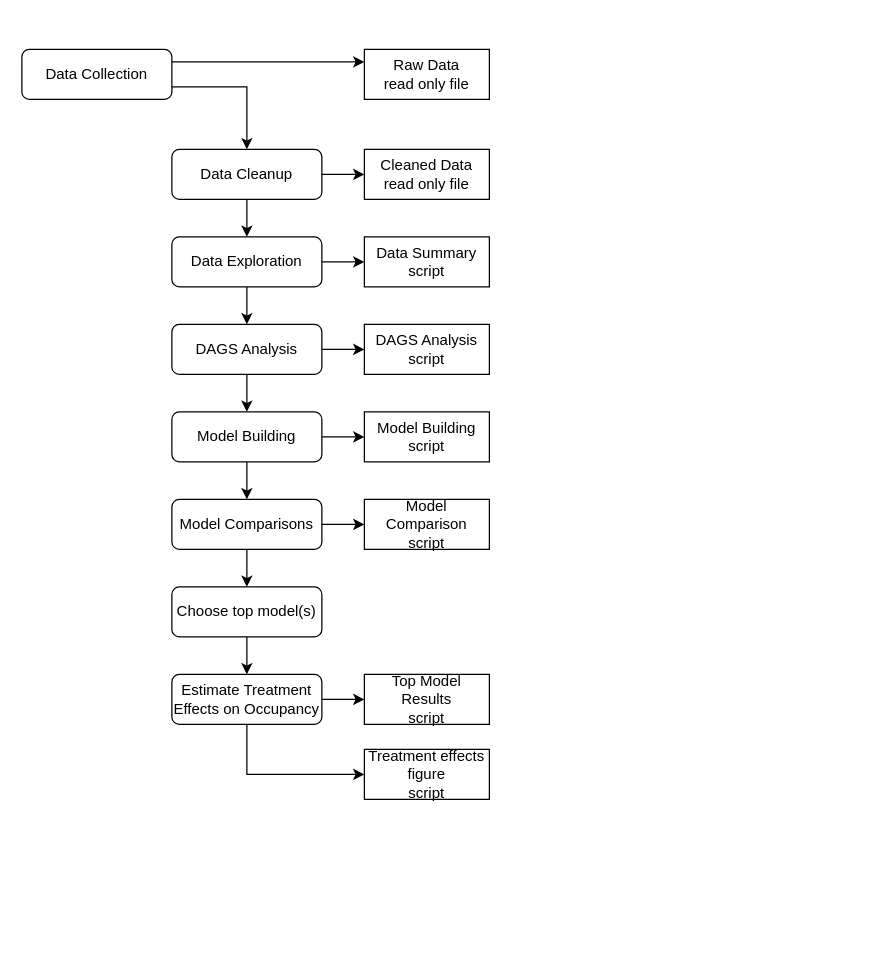
Earlier version of the draw.io diagram Untitled Diagram.drawio (jwilliamson24/AW-OSS). Source tidied: cells renumbered, new cells numbered last; positions are measured from the earlier drawing's top-left corner, leaving out a move shared by most shapes. Both pictures are drawn from the tidied source at 125%, with x=0, y=0 at pixel (21, 49).
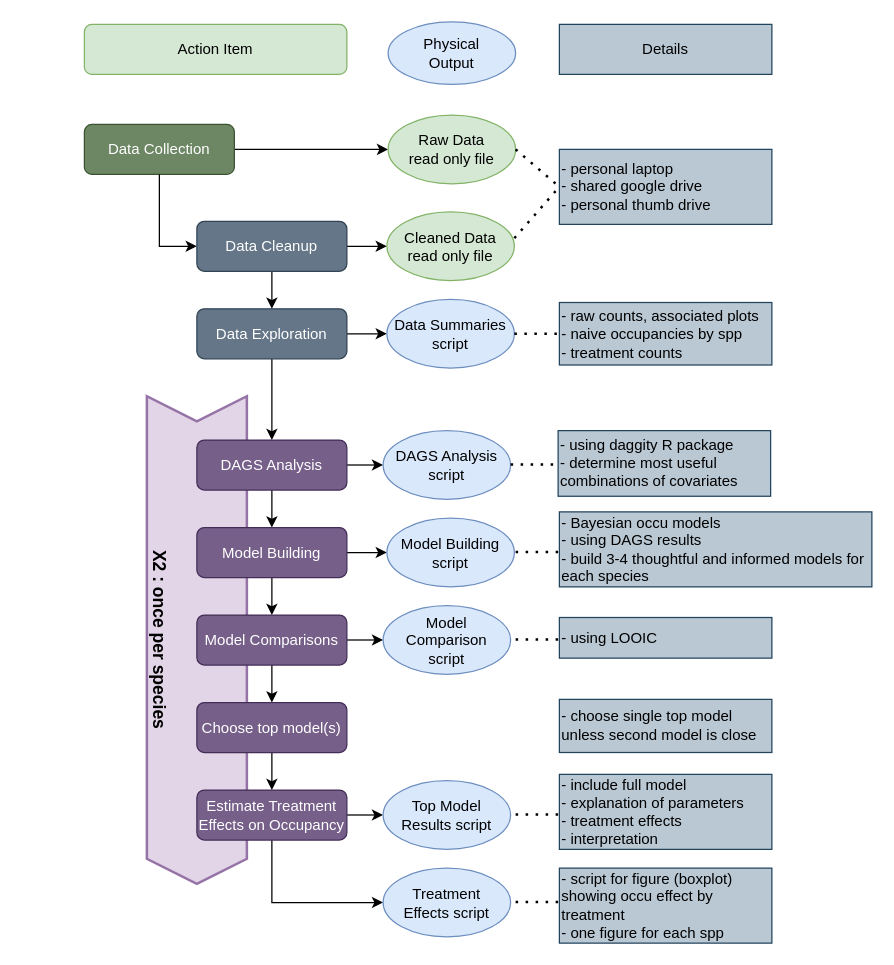
Above is the later version.

The edit, as a diff of the source:
```diff
@@
+    <mxCell id="33" value="&lt;b&gt;&lt;font style=&quot;font-size: 14px;&quot;&gt;X2 : once per species&lt;/font&gt;&lt;/b&gt;" style="shape=step;perimeter=stepPerimeter;whiteSpace=wrap;html=1;fixedSize=1;rotation=90;verticalAlign=bottom;textDirection=rtl;fillColor=#e1d5e7;strokeColor=#9673a6;strokeWidth=2;" parent="1" vertex="1">
+      <mxGeometry x="-55" y="432.5" width="390" height="80" as="geometry" />
+    </mxCell>
-    <mxCell id="2" style="edgeStyle=orthogonalEdgeStyle;rounded=0;jettySize=auto;html=1;exitX=1;exitY=0.25;exitDx=0;exitDy=0;entryX=0;entryY=0.25;entryDx=0;entryDy=0;" parent="1" edge="1" source="3" target="8">
+    <mxCell id="2" style="edgeStyle=orthogonalEdgeStyle;rounded=0;jettySize=auto;html=1;exitX=1;exitY=0.5;exitDx=0;exitDy=0;entryX=0;entryY=0.5;entryDx=0;entryDy=0;" parent="1" edge="1" source="3" target="8">
       <mxGeometry relative="1" as="geometry" />
     </mxCell>
-    <mxCell id="3" value="Data Collection" style="rounded=1;whiteSpace=wrap;html=1;fontSize=12;glass=0;strokeWidth=1;shadow=0;" parent="1" vertex="1">
-      <mxGeometry width="120" height="40" as="geometry" />
+    <mxCell id="3" value="Data Collection" style="rounded=1;whiteSpace=wrap;html=1;fontSize=12;glass=0;strokeWidth=1;shadow=0;fillColor=#6d8764;fontColor=#ffffff;strokeColor=#3A5431;" parent="1" vertex="1">
+      <mxGeometry x="50" y="60" width="120" height="40" as="geometry" />
     </mxCell>
-    <mxCell id="4" value="Cleaned Data&lt;br&gt;read only file" style="rounded=0;whiteSpace=wrap;html=1;" parent="1" vertex="1">
-      <mxGeometry x="274" y="80" width="100" height="40" as="geometry" />
-    </mxCell>
-    <mxCell id="5" style="edgeStyle=orthogonalEdgeStyle;rounded=0;jettySize=auto;html=1;exitX=1;exitY=0.5;exitDx=0;exitDy=0;entryX=0;entryY=0.5;entryDx=0;entryDy=0;" parent="1" edge="1" source="7" target="13">
+    <mxCell id="5" style="edgeStyle=orthogonalEdgeStyle;rounded=0;jettySize=auto;html=1;exitX=1;exitY=0.5;exitDx=0;exitDy=0;entryX=0;entryY=0.5;entryDx=0;entryDy=0;" parent="1" edge="1" source="7" target="35">
       <mxGeometry relative="1" as="geometry" />
     </mxCell>
@@
-    <mxCell id="7" value="Data Exploration" style="rounded=1;whiteSpace=wrap;html=1;" parent="1" vertex="1">
-      <mxGeometry x="120" y="150" width="120" height="40" as="geometry" />
+    <mxCell id="7" value="Data Exploration" style="rounded=1;whiteSpace=wrap;html=1;fillColor=#647687;fontColor=#ffffff;strokeColor=#314354;" parent="1" vertex="1">
+      <mxGeometry x="140" y="207.5" width="120" height="40" as="geometry" />
     </mxCell>
-    <mxCell id="8" value="Raw Data&lt;br&gt;read only file" style="rounded=0;whiteSpace=wrap;html=1;" parent="1" vertex="1">
-      <mxGeometry x="274" width="100" height="40" as="geometry" />
-    </mxCell>
-    <mxCell id="9" value="DAGS Analysis&lt;br&gt;script" style="rounded=0;whiteSpace=wrap;html=1;" parent="1" vertex="1">
-      <mxGeometry x="274" y="220" width="100" height="40" as="geometry" />
-    </mxCell>
@@
-    <mxCell id="12" value="DAGS Analysis" style="rounded=1;whiteSpace=wrap;html=1;" parent="1" vertex="1">
-      <mxGeometry x="120" y="220" width="120" height="40" as="geometry" />
+    <mxCell id="12" value="DAGS Analysis" style="rounded=1;whiteSpace=wrap;html=1;fillColor=#76608a;fontColor=#ffffff;strokeColor=#432D57;" parent="1" vertex="1">
+      <mxGeometry x="140" y="312.5" width="120" height="40" as="geometry" />
     </mxCell>
-    <mxCell id="13" value="Data Summary&lt;br&gt;script" style="rounded=0;whiteSpace=wrap;html=1;" parent="1" vertex="1">
-      <mxGeometry x="274" y="150" width="100" height="40" as="geometry" />
-    </mxCell>
@@
-    <mxCell id="16" value="Model Building" style="rounded=1;whiteSpace=wrap;html=1;" parent="1" vertex="1">
-      <mxGeometry x="120" y="290" width="120" height="40" as="geometry" />
+    <mxCell id="16" value="Model Building" style="rounded=1;whiteSpace=wrap;html=1;fillColor=#76608a;fontColor=#ffffff;strokeColor=#432D57;" parent="1" vertex="1">
+      <mxGeometry x="140" y="382.5" width="120" height="40" as="geometry" />
     </mxCell>
-    <mxCell id="17" value="Model Comparison&lt;br&gt;script" style="rounded=0;whiteSpace=wrap;html=1;" parent="1" vertex="1">
-      <mxGeometry x="274" y="360" width="100" height="40" as="geometry" />
-    </mxCell>
@@
-    <mxCell id="20" value="Model Comparisons" style="rounded=1;whiteSpace=wrap;html=1;" parent="1" vertex="1">
-      <mxGeometry x="120" y="360" width="120" height="40" as="geometry" />
+    <mxCell id="20" value="Model Comparisons" style="rounded=1;whiteSpace=wrap;html=1;fillColor=#76608a;fontColor=#ffffff;strokeColor=#432D57;" parent="1" vertex="1">
+      <mxGeometry x="140" y="452.5" width="120" height="40" as="geometry" />
     </mxCell>
-    <mxCell id="21" value="Model Building&lt;br&gt;script" style="rounded=0;whiteSpace=wrap;html=1;" parent="1" vertex="1">
-      <mxGeometry x="274" y="290" width="100" height="40" as="geometry" />
-    </mxCell>
-    <mxCell id="22" style="edgeStyle=orthogonalEdgeStyle;rounded=0;jettySize=auto;html=1;exitX=1;exitY=0.75;exitDx=0;exitDy=0;" parent="1" edge="1" source="3" target="25">
+    <mxCell id="22" style="edgeStyle=orthogonalEdgeStyle;rounded=0;jettySize=auto;html=1;exitX=0.5;exitY=1;exitDx=0;exitDy=0;entryX=0;entryY=0.5;entryDx=0;entryDy=0;" parent="1" edge="1" source="3" target="25">
       <mxGeometry relative="1" as="geometry" />
     </mxCell>
@@
-    <mxCell id="25" value="Data Cleanup" style="rounded=1;whiteSpace=wrap;html=1;" parent="1" vertex="1">
-      <mxGeometry x="120" y="80" width="120" height="40" as="geometry" />
+    <mxCell id="25" value="Data Cleanup" style="rounded=1;whiteSpace=wrap;html=1;fillColor=#647687;strokeColor=#314354;fontColor=#ffffff;" parent="1" vertex="1">
+      <mxGeometry x="140" y="137.5" width="120" height="40" as="geometry" />
     </mxCell>
@@
-    <mxCell id="27" style="edgeStyle=orthogonalEdgeStyle;rounded=0;jettySize=auto;html=1;exitX=0.5;exitY=1;exitDx=0;exitDy=0;entryX=0;entryY=0.5;entryDx=0;entryDy=0;" parent="1" edge="1" source="28" target="32">
+    <mxCell id="27" style="edgeStyle=orthogonalEdgeStyle;rounded=0;jettySize=auto;html=1;exitX=0.5;exitY=1;exitDx=0;exitDy=0;entryX=0;entryY=0.5;entryDx=0;entryDy=0;" parent="1" edge="1" source="28" target="36">
       <mxGeometry relative="1" as="geometry" />
     </mxCell>
-    <mxCell id="28" value="Estimate Treatment Effects on Occupancy" style="rounded=1;whiteSpace=wrap;html=1;" parent="1" vertex="1">
-      <mxGeometry x="120" y="500" width="120" height="40" as="geometry" />
+    <mxCell id="28" value="Estimate Treatment Effects on Occupancy" style="rounded=1;whiteSpace=wrap;html=1;fillColor=#76608a;fontColor=#ffffff;strokeColor=#432D57;" parent="1" vertex="1">
+      <mxGeometry x="140" y="592.5" width="120" height="40" as="geometry" />
     </mxCell>
@@
-    <mxCell id="30" value="Choose top model(s)" style="rounded=1;whiteSpace=wrap;html=1;" parent="1" vertex="1">
-      <mxGeometry x="120" y="430" width="120" height="40" as="geometry" />
+    <mxCell id="30" value="Choose top model(s)" style="rounded=1;whiteSpace=wrap;html=1;fillColor=#76608a;fontColor=#ffffff;strokeColor=#432D57;" parent="1" vertex="1">
+      <mxGeometry x="140" y="522.5" width="120" height="40" as="geometry" />
     </mxCell>
+    <mxCell id="34" value="Action Item" style="rounded=1;whiteSpace=wrap;html=1;fillColor=#d5e8d4;strokeColor=#82b366;" parent="1" vertex="1">
+      <mxGeometry x="50" y="-20" width="210" height="40" as="geometry" />
+    </mxCell>
+    <mxCell id="8" value="Raw Data&lt;br&gt;read only file" style="ellipse;whiteSpace=wrap;html=1;fillColor=#d5e8d4;strokeColor=#82b366;" parent="1" vertex="1">
+      <mxGeometry x="293" y="52.5" width="102" height="55" as="geometry" />
+    </mxCell>
+    <mxCell id="4" value="Cleaned Data&lt;br&gt;read only file" style="ellipse;whiteSpace=wrap;html=1;fillColor=#d5e8d4;strokeColor=#82b366;" parent="1" vertex="1">
+      <mxGeometry x="292" y="130" width="102" height="55" as="geometry" />
+    </mxCell>
+    <mxCell id="35" value="Data Summaries&lt;br&gt;script" style="ellipse;whiteSpace=wrap;html=1;fillColor=#dae8fc;strokeColor=#6c8ebf;" parent="1" vertex="1">
+      <mxGeometry x="292" y="200" width="102" height="55" as="geometry" />
+    </mxCell>
+    <mxCell id="9" value="DAGS Analysis&lt;br&gt;script" style="ellipse;whiteSpace=wrap;html=1;fillColor=#dae8fc;strokeColor=#6c8ebf;" parent="1" vertex="1">
+      <mxGeometry x="289" y="305" width="102" height="55" as="geometry" />
+    </mxCell>
+    <mxCell id="21" value="Model Building&lt;br&gt;script" style="ellipse;whiteSpace=wrap;html=1;fillColor=#dae8fc;strokeColor=#6c8ebf;" parent="1" vertex="1">
+      <mxGeometry x="292" y="375" width="102" height="55" as="geometry" />
+    </mxCell>
+    <mxCell id="17" value="Model Comparison &lt;br&gt;script" style="ellipse;whiteSpace=wrap;html=1;fillColor=#dae8fc;strokeColor=#6c8ebf;" parent="1" vertex="1">
+      <mxGeometry x="289" y="445" width="102" height="55" as="geometry" />
+    </mxCell>
-    <mxCell id="31" value="Top Model Results&lt;br&gt;script" style="rounded=0;whiteSpace=wrap;html=1;" parent="1" vertex="1">
-      <mxGeometry x="274" y="500" width="100" height="40" as="geometry" />
+    <mxCell id="31" value="Top Model &lt;br&gt;Results script" style="ellipse;whiteSpace=wrap;html=1;fillColor=#dae8fc;strokeColor=#6c8ebf;" parent="1" vertex="1">
+      <mxGeometry x="289" y="585" width="102" height="55" as="geometry" />
     </mxCell>
-    <mxCell id="32" value="Treatment effects figure&lt;br&gt;script" style="rounded=0;whiteSpace=wrap;html=1;" parent="1" vertex="1">
-      <mxGeometry x="274" y="560" width="100" height="40" as="geometry" />
-    </mxCell>
+    <mxCell id="36" value="Treatment &lt;br&gt;Effects script" style="ellipse;whiteSpace=wrap;html=1;fillColor=#dae8fc;strokeColor=#6c8ebf;" parent="1" vertex="1">
+      <mxGeometry x="289" y="655" width="102" height="55" as="geometry" />
+    </mxCell>
+    <mxCell id="37" value="Physical&lt;br&gt;Output" style="ellipse;whiteSpace=wrap;html=1;fillColor=#dae8fc;strokeColor=#6c8ebf;" parent="1" vertex="1">
+      <mxGeometry x="293" y="-22" width="102" height="50" as="geometry" />
+    </mxCell>
+    <mxCell id="38" value="Details" style="rounded=0;whiteSpace=wrap;html=1;fillColor=#bac8d3;strokeColor=#23445d;" parent="1" vertex="1">
+      <mxGeometry x="430" y="-20" width="170" height="40" as="geometry" />
+    </mxCell>
+    <mxCell id="39" value="- personal laptop&lt;br&gt;- shared google drive&lt;br&gt;- personal thumb drive" style="rounded=0;whiteSpace=wrap;html=1;align=left;fillColor=#bac8d3;strokeColor=#23445d;" parent="1" vertex="1">
+      <mxGeometry x="430" y="80" width="170" height="60" as="geometry" />
+    </mxCell>
+    <mxCell id="40" value="- raw counts, associated plots&lt;br&gt;- naive occupancies by spp&lt;br&gt;- treatment counts" style="rounded=0;whiteSpace=wrap;html=1;align=left;fillColor=#bac8d3;strokeColor=#23445d;" parent="1" vertex="1">
+      <mxGeometry x="430" y="202.5" width="170" height="50" as="geometry" />
+    </mxCell>
+    <mxCell id="41" value="- using daggity R package&lt;br&gt;- determine most useful combinations of covariates" style="rounded=0;whiteSpace=wrap;html=1;align=left;fillColor=#bac8d3;strokeColor=#23445d;" parent="1" vertex="1">
+      <mxGeometry x="429" y="305" width="170" height="52.5" as="geometry" />
+    </mxCell>
+    <mxCell id="42" value="- Bayesian occu models&lt;br&gt;- using DAGS results&lt;br&gt;- build 3-4 thoughtful and informed models for each species" style="rounded=0;whiteSpace=wrap;html=1;align=left;fillColor=#bac8d3;strokeColor=#23445d;" parent="1" vertex="1">
+      <mxGeometry x="430" y="370" width="250" height="60" as="geometry" />
+    </mxCell>
+    <mxCell id="43" value="- using LOOIC" style="rounded=0;whiteSpace=wrap;html=1;align=left;fillColor=#bac8d3;strokeColor=#23445d;" parent="1" vertex="1">
+      <mxGeometry x="430" y="454.5" width="170" height="32.5" as="geometry" />
+    </mxCell>
+    <mxCell id="44" value="- choose single top model unless second model is close" style="rounded=0;whiteSpace=wrap;html=1;align=left;fillColor=#bac8d3;strokeColor=#23445d;" parent="1" vertex="1">
+      <mxGeometry x="430" y="520" width="170" height="42.5" as="geometry" />
+    </mxCell>
+    <mxCell id="45" value="- include full model&lt;br&gt;- explanation of parameters&lt;br&gt;- treatment effects&amp;nbsp;&lt;br&gt;- interpretation" style="rounded=0;whiteSpace=wrap;html=1;align=left;fillColor=#bac8d3;strokeColor=#23445d;" parent="1" vertex="1">
+      <mxGeometry x="430" y="580" width="170" height="60" as="geometry" />
+    </mxCell>
+    <mxCell id="46" value="- script for figure (boxplot) showing occu effect by treatment&lt;br&gt;- one figure for each spp" style="rounded=0;whiteSpace=wrap;html=1;align=left;fillColor=#bac8d3;strokeColor=#23445d;" parent="1" vertex="1">
+      <mxGeometry x="430" y="655" width="170" height="60" as="geometry" />
+    </mxCell>
+    <mxCell id="47" style="endArrow=none;dashed=1;html=1;dashPattern=1 3;strokeWidth=2;rounded=0;entryX=0;entryY=0.5;entryDx=0;entryDy=0;" parent="1" edge="1" target="39">
+      <mxGeometry relative="1" as="geometry">
+        <mxPoint x="395" y="80" as="sourcePoint" />
+      </mxGeometry>
+    </mxCell>
+    <mxCell id="48" style="endArrow=none;dashed=1;html=1;dashPattern=1 3;strokeWidth=2;rounded=0;entryX=0;entryY=0.5;entryDx=0;entryDy=0;exitX=1;exitY=0.382;exitDx=0;exitDy=0;exitPerimeter=0;" parent="1" edge="1" source="4" target="39">
+      <mxGeometry relative="1" as="geometry" />
+    </mxCell>
+    <mxCell id="49" style="endArrow=none;dashed=1;html=1;dashPattern=1 3;strokeWidth=2;rounded=0;entryX=0;entryY=0.5;entryDx=0;entryDy=0;exitX=1;exitY=0.5;exitDx=0;exitDy=0;" parent="1" edge="1" source="35" target="40">
+      <mxGeometry relative="1" as="geometry" />
+    </mxCell>
+    <mxCell id="50" style="endArrow=none;dashed=1;html=1;dashPattern=1 3;strokeWidth=2;rounded=0;entryX=0;entryY=0.5;entryDx=0;entryDy=0;exitX=1;exitY=0.5;exitDx=0;exitDy=0;" parent="1" edge="1">
+      <mxGeometry relative="1" as="geometry">
+        <mxPoint x="391" y="332" as="sourcePoint" />
+        <mxPoint x="427" y="332" as="targetPoint" />
+      </mxGeometry>
+    </mxCell>
+    <mxCell id="51" style="endArrow=none;dashed=1;html=1;dashPattern=1 3;strokeWidth=2;rounded=0;entryX=0;entryY=0.5;entryDx=0;entryDy=0;exitX=1;exitY=0.5;exitDx=0;exitDy=0;" parent="1" edge="1">
+      <mxGeometry relative="1" as="geometry">
+        <mxPoint x="395" y="402" as="sourcePoint" />
+        <mxPoint x="431" y="402" as="targetPoint" />
+      </mxGeometry>
+    </mxCell>
+    <mxCell id="52" style="endArrow=none;dashed=1;html=1;dashPattern=1 3;strokeWidth=2;rounded=0;entryX=0;entryY=0.5;entryDx=0;entryDy=0;exitX=1;exitY=0.5;exitDx=0;exitDy=0;" parent="1" edge="1">
+      <mxGeometry relative="1" as="geometry">
+        <mxPoint x="395" y="472" as="sourcePoint" />
+        <mxPoint x="431" y="472" as="targetPoint" />
+      </mxGeometry>
+    </mxCell>
+    <mxCell id="53" style="endArrow=none;dashed=1;html=1;dashPattern=1 3;strokeWidth=2;rounded=0;entryX=0;entryY=0.5;entryDx=0;entryDy=0;exitX=1;exitY=0.5;exitDx=0;exitDy=0;" parent="1" edge="1">
+      <mxGeometry relative="1" as="geometry">
+        <mxPoint x="395" y="612" as="sourcePoint" />
+        <mxPoint x="431" y="612" as="targetPoint" />
+      </mxGeometry>
+    </mxCell>
+    <mxCell id="54" style="endArrow=none;dashed=1;html=1;dashPattern=1 3;strokeWidth=2;rounded=0;entryX=0;entryY=0.5;entryDx=0;entryDy=0;exitX=1;exitY=0.5;exitDx=0;exitDy=0;" parent="1" edge="1">
+      <mxGeometry relative="1" as="geometry">
+        <mxPoint x="395" y="682" as="sourcePoint" />
+        <mxPoint x="431" y="682" as="targetPoint" />
+      </mxGeometry>
+    </mxCell>
```
